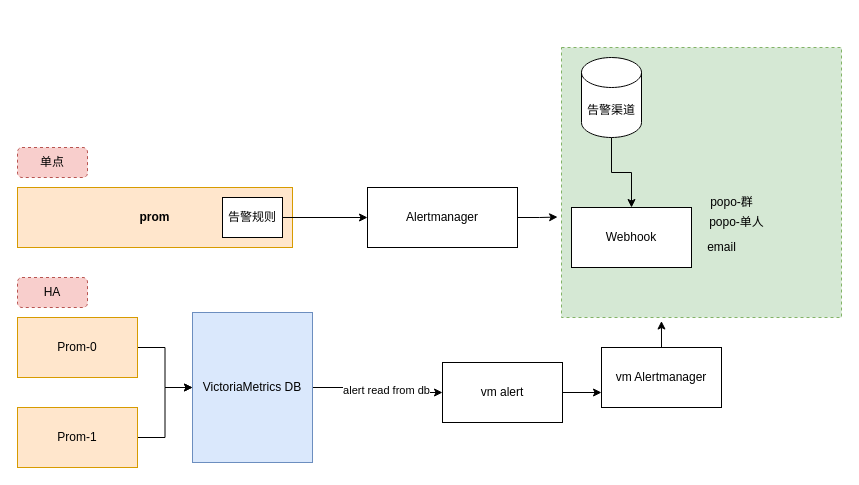
The draw.io diagram prom.drawio in leonatone/p102, before the edit. Source tidied: cells renumbered, new cells numbered last; positions are measured from the earlier drawing's top-left corner, leaving out a move shared by most shapes. Both pictures are drawn from the tidied source at 100%, with x=0, y=0 at pixel (17, 47). Pictures stored in the file or linked from it are replaced by grey dashed boxes.
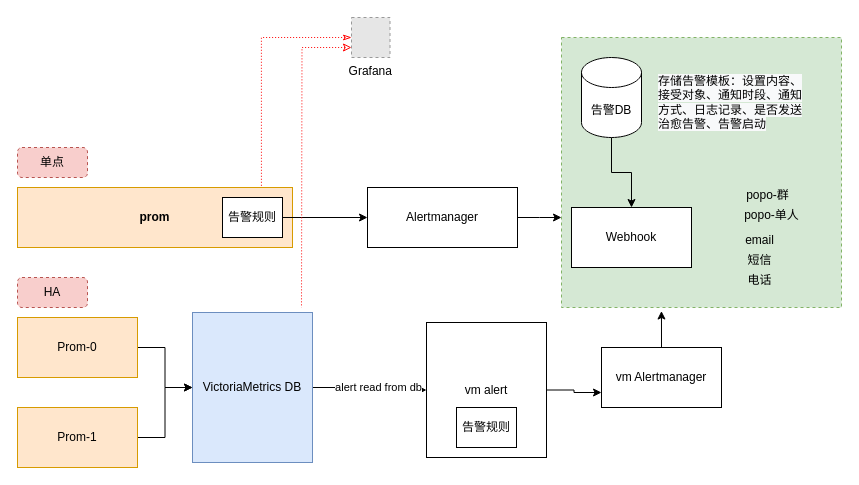
The same page after the edit.

The change refers to these unchanged cells:
```xml
<mxCell id="3" value="prom" style="rounded=0;whiteSpace=wrap;html=1;align=center;fontStyle=1;fillColor=#ffe6cc;strokeColor=#d79b00;" parent="1" vertex="1">
  <mxGeometry y="140" width="275" height="60" as="geometry" />
</mxCell>
<mxCell id="9" value="Alertmanager" style="rounded=0;whiteSpace=wrap;html=1;" parent="1" vertex="1">
  <mxGeometry x="350" y="140" width="150" height="60" as="geometry" />
</mxCell>
```

Change to the diagram source:
```diff
@@
     <mxCell id="2" style="rounded=0;whiteSpace=wrap;html=1;fillColor=#d5e8d4;strokeColor=#82b366;dashed=1;" parent="1" vertex="1">
-      <mxGeometry x="544" width="280" height="270" as="geometry" />
+      <mxGeometry x="544" y="-10" width="280" height="270" as="geometry" />
     </mxCell>
@@
-    <mxCell id="8" style="edgeStyle=orthogonalEdgeStyle;rounded=0;jettySize=auto;html=1;entryX=-0.014;entryY=0.628;entryDx=0;entryDy=0;entryPerimeter=0;" parent="1" edge="1" source="9" target="2">
-      <mxGeometry relative="1" as="geometry" />
+    <mxCell id="8" style="edgeStyle=orthogonalEdgeStyle;rounded=0;jettySize=auto;html=1;" parent="1" edge="1" source="9">
+      <mxGeometry relative="1" as="geometry">
+        <mxPoint x="544" y="170" as="targetPoint" />
+      </mxGeometry>
     </mxCell>
@@
-    <mxCell id="12" value="告警渠道" style="shape=cylinder3;whiteSpace=wrap;html=1;boundedLbl=1;backgroundOutline=1;size=15;" parent="1" vertex="1">
+    <mxCell id="12" value="告警DB" style="shape=cylinder3;whiteSpace=wrap;html=1;boundedLbl=1;backgroundOutline=1;size=15;" parent="1" vertex="1">
       <mxGeometry x="564" y="10" width="60" height="80" as="geometry" />
     </mxCell>
@@
     <mxCell id="15" value="popo-单人" style="text;html=1;align=center;verticalAlign=middle;strokeColor=none;fillColor=none;" parent="1" vertex="1">
-      <mxGeometry x="684" y="165" width="70" height="20" as="geometry" />
+      <mxGeometry x="719" y="157.5" width="70" height="20" as="geometry" />
     </mxCell>
     <mxCell id="16" value="email" style="text;html=1;align=center;verticalAlign=middle;strokeColor=none;fillColor=none;" parent="1" vertex="1">
-      <mxGeometry x="684" y="190" width="40" height="20" as="geometry" />
+      <mxGeometry x="722" y="182.5" width="40" height="20" as="geometry" />
     </mxCell>
     <mxCell id="17" value="popo-群" style="text;html=1;align=center;verticalAlign=middle;strokeColor=none;fillColor=none;" parent="1" vertex="1">
-      <mxGeometry x="684" y="145" width="60" height="20" as="geometry" />
+      <mxGeometry x="720" y="137.5" width="60" height="20" as="geometry" />
     </mxCell>
@@
     <mxCell id="24" value="vm alert" style="rounded=0;whiteSpace=wrap;html=1;" parent="1" vertex="1">
-      <mxGeometry x="425" y="315" width="120" height="60" as="geometry" />
+      <mxGeometry x="409" y="275" width="120" height="135" as="geometry" />
     </mxCell>
@@
+    <mxCell id="27" value="告警规则" style="rounded=0;whiteSpace=wrap;html=1;" parent="1" vertex="1">
+      <mxGeometry x="439" y="360" width="60" height="40" as="geometry" />
+    </mxCell>
+    <mxCell id="28" value="&lt;span style=&quot;color: rgb(0, 0, 0); font-family: Helvetica; font-size: 12px; font-style: normal; font-variant-ligatures: normal; font-variant-caps: normal; font-weight: 400; letter-spacing: normal; orphans: 2; text-align: center; text-indent: 0px; text-transform: none; widows: 2; word-spacing: 0px; -webkit-text-stroke-width: 0px; background-color: rgb(248, 249, 250); text-decoration-thickness: initial; text-decoration-style: initial; text-decoration-color: initial; float: none; display: inline !important;&quot;&gt;存储告警模板：设置内容、接受对象、通知时段、通知方式、日志记录、是否发送治愈告警、告警启动&lt;/span&gt;" style="text;whiteSpace=wrap;html=1;" parent="1" vertex="1">
+      <mxGeometry x="639" y="20" width="150" height="70" as="geometry" />
+    </mxCell>
+    <mxCell id="29" value="短信" style="text;html=1;align=center;verticalAlign=middle;strokeColor=none;fillColor=none;" parent="1" vertex="1">
+      <mxGeometry x="722" y="202.5" width="40" height="20" as="geometry" />
+    </mxCell>
+    <mxCell id="30" value="电话" style="text;html=1;align=center;verticalAlign=middle;strokeColor=none;fillColor=none;" parent="1" vertex="1">
+      <mxGeometry x="722" y="222.5" width="40" height="20" as="geometry" />
+    </mxCell>
+    <mxCell id="31" style="edgeStyle=orthogonalEdgeStyle;rounded=0;jettySize=auto;html=1;exitX=0;exitY=0.75;exitDx=0;exitDy=0;strokeColor=#FF0000;dashed=1;dashPattern=1 2;startArrow=classic;startFill=0;endArrow=none;endFill=0;" parent="1" edge="1" source="33">
+      <mxGeometry relative="1" as="geometry">
+        <mxPoint x="284" y="260" as="targetPoint" />
+      </mxGeometry>
+    </mxCell>
+    <mxCell id="32" style="edgeStyle=orthogonalEdgeStyle;rounded=0;jettySize=auto;html=1;entryX=0.887;entryY=0;entryDx=0;entryDy=0;entryPerimeter=0;dashed=1;dashPattern=1 2;strokeColor=#FF0000;startArrow=classicThin;startFill=0;endArrow=none;endFill=0;" parent="1" edge="1" source="33" target="3">
+      <mxGeometry relative="1" as="geometry" />
+    </mxCell>
+    <mxCell id="33" value="Grafana" style="fillColor=#E6E6E6;strokeColor=#999999;dashed=1;verticalLabelPosition=bottom;labelBackgroundColor=default;verticalAlign=top;" parent="1" vertex="1">
+      <mxGeometry x="334" y="-30" width="38.5" height="40" as="geometry" />
+    </mxCell>
```
